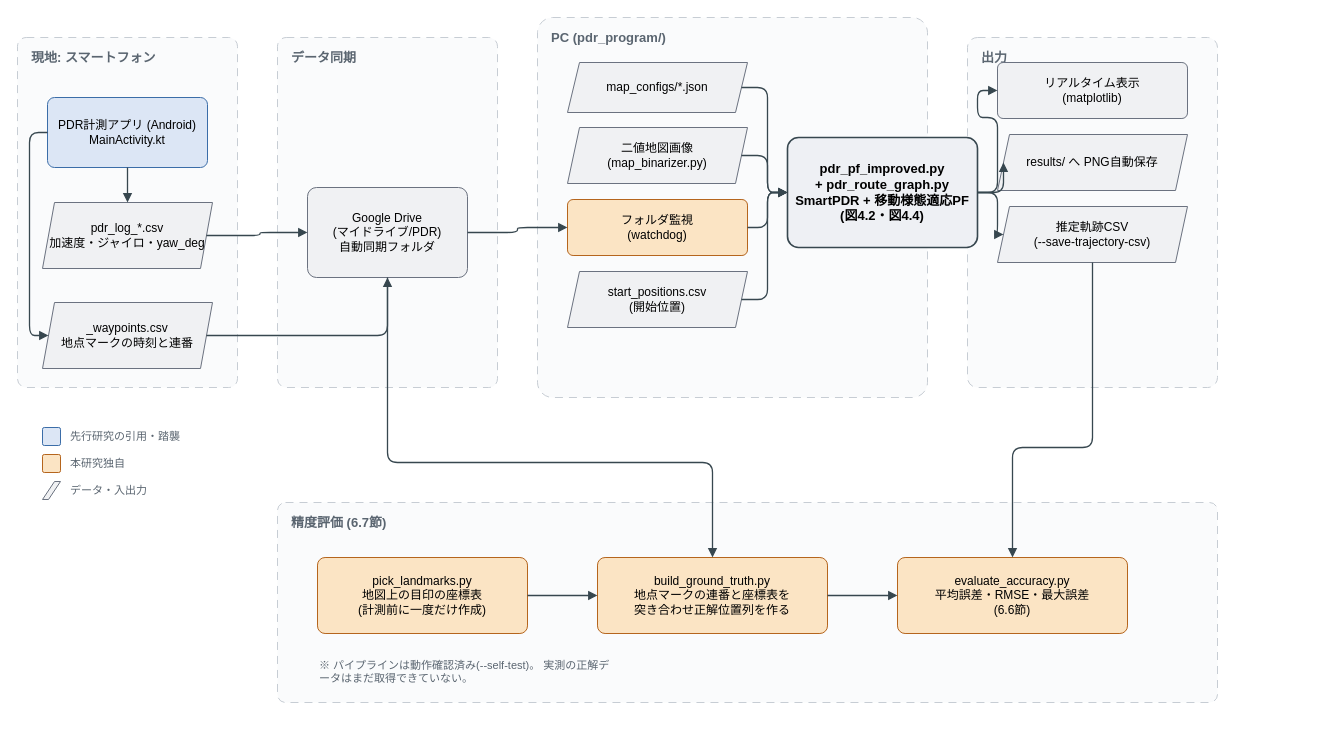
This is figures/pdr_system_diagram.drawio from i22satou/i22satou, a draw.io file, before an edit. Source tidied: cells renumbered, new cells numbered last; positions are measured from the earlier drawing's top-left corner, leaving out a move shared by most shapes. Both pictures are drawn from the tidied source at 100%, with x=0, y=0 at pixel (17, 17).
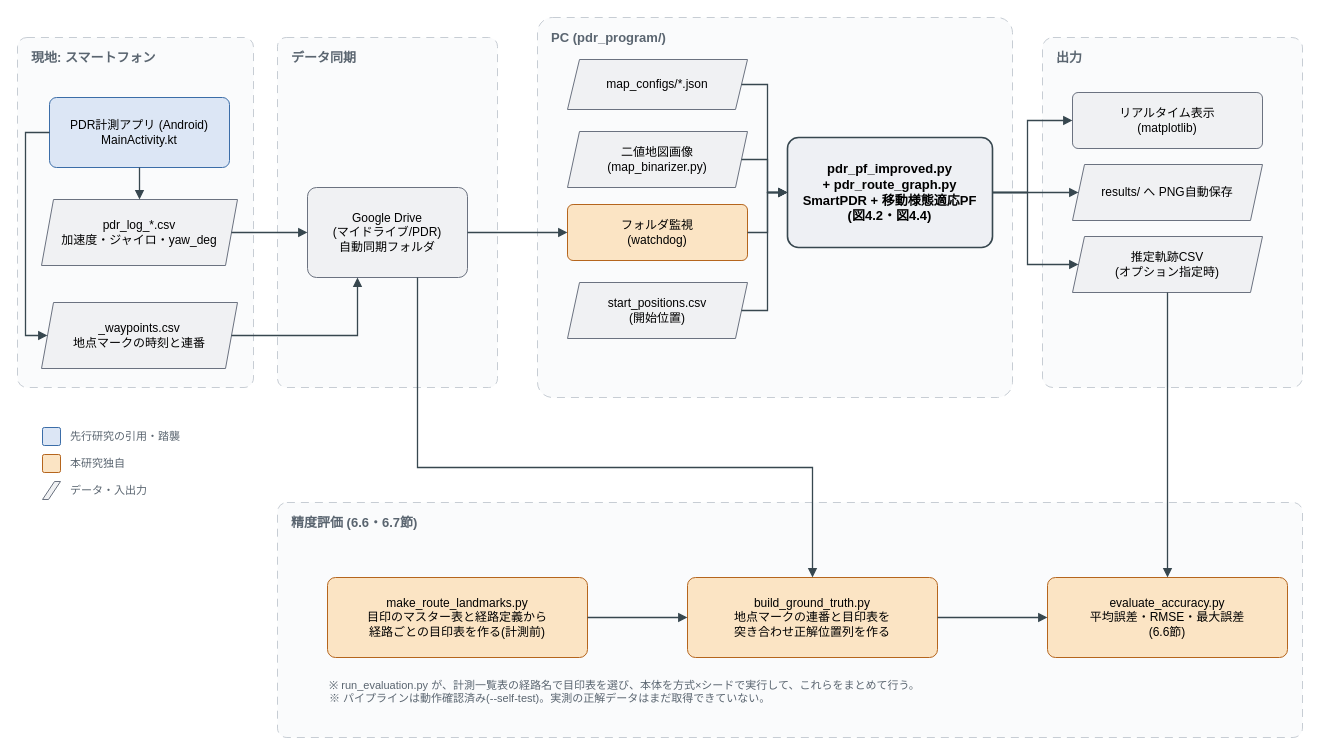
The same page after the edit.

The change refers to these unchanged cells:
```xml
<mxCell id="10" value="Google Drive&lt;br&gt;(マイドライブ/PDR)&lt;br&gt;自動同期フォルダ" style="rounded=1;whiteSpace=wrap;html=1;fillColor=#F0F1F3;strokeColor=#6B7280;fontSize=12;arcSize=10;" parent="1" vertex="1">
  <mxGeometry x="290" y="170" width="160" height="90" as="geometry" />
</mxCell>
```

What changed in the source:
```diff
@@
     <mxCell id="2" value="現地: スマートフォン" style="rounded=1;whiteSpace=wrap;html=1;fillColor=#FAFBFC;strokeColor=#C7CDD4;dashed=1;dashPattern=8 6;verticalAlign=top;align=left;spacingLeft=12;spacingTop=6;fontSize=13;fontColor=#5A6570;fontStyle=1;arcSize=4;" parent="1" vertex="1">
-      <mxGeometry y="20" width="220" height="350" as="geometry" />
+      <mxGeometry y="20" width="236" height="350" as="geometry" />
     </mxCell>
@@
     <mxCell id="4" value="PC (pdr_program/)" style="rounded=1;whiteSpace=wrap;html=1;fillColor=#FAFBFC;strokeColor=#C7CDD4;dashed=1;dashPattern=8 6;verticalAlign=top;align=left;spacingLeft=12;spacingTop=6;fontSize=13;fontColor=#5A6570;fontStyle=1;arcSize=4;" parent="1" vertex="1">
-      <mxGeometry x="520" width="390" height="380" as="geometry" />
+      <mxGeometry x="520" width="475" height="380" as="geometry" />
     </mxCell>
     <mxCell id="5" value="出力" style="rounded=1;whiteSpace=wrap;html=1;fillColor=#FAFBFC;strokeColor=#C7CDD4;dashed=1;dashPattern=8 6;verticalAlign=top;align=left;spacingLeft=12;spacingTop=6;fontSize=13;fontColor=#5A6570;fontStyle=1;arcSize=4;" parent="1" vertex="1">
-      <mxGeometry x="950" y="20" width="250" height="350" as="geometry" />
+      <mxGeometry x="1025" y="20" width="260" height="350" as="geometry" />
     </mxCell>
-    <mxCell id="6" value="精度評価 (6.7節)" style="rounded=1;whiteSpace=wrap;html=1;fillColor=#FAFBFC;strokeColor=#C7CDD4;dashed=1;dashPattern=8 6;verticalAlign=top;align=left;spacingLeft=12;spacingTop=6;fontSize=13;fontColor=#5A6570;fontStyle=1;arcSize=4;" parent="1" vertex="1">
-      <mxGeometry x="260" y="485" width="940" height="200" as="geometry" />
+    <mxCell id="6" value="精度評価 (6.6・6.7節)" style="rounded=1;whiteSpace=wrap;html=1;fillColor=#FAFBFC;strokeColor=#C7CDD4;dashed=1;dashPattern=8 6;verticalAlign=top;align=left;spacingLeft=12;spacingTop=6;fontSize=13;fontColor=#5A6570;fontStyle=1;arcSize=4;" parent="1" vertex="1">
+      <mxGeometry x="260" y="485" width="1025" height="235" as="geometry" />
     </mxCell>
     <mxCell id="7" value="PDR計測アプリ (Android)&lt;br&gt;MainActivity.kt" style="rounded=1;whiteSpace=wrap;html=1;fillColor=#DCE6F5;strokeColor=#3B6DA8;fontSize=12;arcSize=10;" parent="1" vertex="1">
-      <mxGeometry x="30" y="80" width="160" height="70" as="geometry" />
+      <mxGeometry x="32" y="80" width="180" height="70" as="geometry" />
     </mxCell>
     <mxCell id="8" value="pdr_log_*.csv&lt;br&gt;加速度・ジャイロ・yaw_deg" style="shape=parallelogram;whiteSpace=wrap;html=1;fillColor=#F0F1F3;strokeColor=#6B7280;fontSize=12;perimeter=parallelogramPerimeter;arcSize=12;size=12;fixedSize=1;" parent="1" vertex="1">
-      <mxGeometry x="25" y="185" width="170" height="66" as="geometry" />
+      <mxGeometry x="24" y="182" width="196" height="66" as="geometry" />
     </mxCell>
     <mxCell id="9" value="_waypoints.csv&lt;br&gt;地点マークの時刻と連番" style="shape=parallelogram;whiteSpace=wrap;html=1;fillColor=#F0F1F3;strokeColor=#6B7280;fontSize=12;perimeter=parallelogramPerimeter;arcSize=12;size=12;fixedSize=1;" parent="1" vertex="1">
-      <mxGeometry x="25" y="285" width="170" height="66" as="geometry" />
+      <mxGeometry x="24" y="285" width="196" height="66" as="geometry" />
     </mxCell>
@@
-    <mxCell id="11" style="edgeStyle=orthogonalEdgeStyle;rounded=1;html=1;endArrow=block;endFill=1;strokeColor=#37474F;strokeWidth=1.3;jettySize=auto;" parent="1" edge="1" source="7" target="8">
+    <mxCell id="11" style="edgeStyle=none;rounded=0;html=1;endArrow=block;endFill=1;strokeColor=#37474F;strokeWidth=1.3;exitX=0.5;exitY=1;exitDx=0;exitDy=0;entryX=0.5;entryY=0;entryDx=0;entryDy=0;" parent="1" edge="1" source="7" target="8">
       <mxGeometry relative="1" as="geometry" />
     </mxCell>
-    <mxCell id="12" style="edgeStyle=orthogonalEdgeStyle;rounded=1;html=1;endArrow=block;endFill=1;strokeColor=#37474F;strokeWidth=1.3;jettySize=auto;exitX=0;exitY=0.5;entryX=0;entryY=0.5;" parent="1" edge="1" source="7" target="9">
+    <mxCell id="12" style="edgeStyle=none;rounded=0;html=1;endArrow=block;endFill=1;strokeColor=#37474F;strokeWidth=1.3;exitX=0;exitY=0.5;exitDx=0;exitDy=0;entryX=0;entryY=0.5;entryDx=0;entryDy=0;" parent="1" edge="1" source="7" target="9">
       <mxGeometry relative="1" as="geometry">
         <Array as="points">
-          <mxPoint x="12" y="115" />
-          <mxPoint x="12" y="318" />
+          <mxPoint x="8" y="115" />
+          <mxPoint x="8" y="318" />
         </Array>
       </mxGeometry>
     </mxCell>
-    <mxCell id="13" style="edgeStyle=orthogonalEdgeStyle;rounded=1;html=1;endArrow=block;endFill=1;strokeColor=#37474F;strokeWidth=1.3;jettySize=auto;" parent="1" edge="1" source="8" target="10">
+    <mxCell id="13" style="edgeStyle=none;rounded=0;html=1;endArrow=block;endFill=1;strokeColor=#37474F;strokeWidth=1.3;exitX=1;exitY=0.5;exitDx=0;exitDy=0;entryX=0;entryY=0.5;entryDx=0;entryDy=0;" parent="1" edge="1" source="8" target="10">
       <mxGeometry relative="1" as="geometry" />
     </mxCell>
-    <mxCell id="14" style="edgeStyle=orthogonalEdgeStyle;rounded=1;html=1;endArrow=block;endFill=1;strokeColor=#37474F;strokeWidth=1.3;jettySize=auto;exitX=1;exitY=0.5;entryX=0.5;entryY=1;" parent="1" edge="1" source="9" target="10">
-      <mxGeometry relative="1" as="geometry" />
+    <mxCell id="14" style="edgeStyle=none;rounded=0;html=1;endArrow=block;endFill=1;strokeColor=#37474F;strokeWidth=1.3;exitX=1;exitY=0.5;exitDx=0;exitDy=0;entryX=0.3125;entryY=1;entryDx=0;entryDy=0;" parent="1" edge="1" source="9" target="10">
+      <mxGeometry relative="1" as="geometry">
+        <Array as="points">
+          <mxPoint x="340" y="318" />
+        </Array>
+      </mxGeometry>
     </mxCell>
     <mxCell id="15" value="map_configs/*.json" style="shape=parallelogram;whiteSpace=wrap;html=1;fillColor=#F0F1F3;strokeColor=#6B7280;fontSize=12;perimeter=parallelogramPerimeter;arcSize=12;size=12;fixedSize=1;" parent="1" vertex="1">
-      <mxGeometry x="550" y="45" width="180" height="50" as="geometry" />
+      <mxGeometry x="550" y="42" width="180" height="50" as="geometry" />
     </mxCell>
     <mxCell id="16" value="二値地図画像&lt;br&gt;(map_binarizer.py)" style="shape=parallelogram;whiteSpace=wrap;html=1;fillColor=#F0F1F3;strokeColor=#6B7280;fontSize=12;perimeter=parallelogramPerimeter;arcSize=12;size=12;fixedSize=1;" parent="1" vertex="1">
-      <mxGeometry x="550" y="110" width="180" height="56" as="geometry" />
+      <mxGeometry x="550" y="114" width="180" height="56" as="geometry" />
     </mxCell>
     <mxCell id="17" value="フォルダ監視&lt;br&gt;(watchdog)" style="rounded=1;whiteSpace=wrap;html=1;fillColor=#FBE4C4;strokeColor=#B5651D;fontSize=12;arcSize=10;" parent="1" vertex="1">
-      <mxGeometry x="550" y="182" width="180" height="56" as="geometry" />
+      <mxGeometry x="550" y="187" width="180" height="56" as="geometry" />
     </mxCell>
     <mxCell id="18" value="start_positions.csv&lt;br&gt;(開始位置)" style="shape=parallelogram;whiteSpace=wrap;html=1;fillColor=#F0F1F3;strokeColor=#6B7280;fontSize=12;perimeter=parallelogramPerimeter;arcSize=12;size=12;fixedSize=1;" parent="1" vertex="1">
-      <mxGeometry x="550" y="254" width="180" height="56" as="geometry" />
+      <mxGeometry x="550" y="265" width="180" height="56" as="geometry" />
     </mxCell>
     <mxCell id="19" value="pdr_pf_improved.py&lt;br&gt;+ pdr_route_graph.py&lt;br&gt;SmartPDR + 移動様態適応PF&lt;br&gt;(図4.2・図4.4)" style="rounded=1;whiteSpace=wrap;html=1;fillColor=#EEF0F4;strokeColor=#37474F;fontSize=13;fontStyle=1;arcSize=10;strokeWidth=1.6;" parent="1" vertex="1">
-      <mxGeometry x="770" y="120" width="190" height="110" as="geometry" />
+      <mxGeometry x="770" y="120" width="205" height="110" as="geometry" />
     </mxCell>
-    <mxCell id="20" style="edgeStyle=orthogonalEdgeStyle;rounded=1;html=1;endArrow=block;endFill=1;strokeColor=#37474F;strokeWidth=1.3;jettySize=auto;" parent="1" edge="1" source="10" target="17">
+    <mxCell id="20" style="edgeStyle=none;rounded=0;html=1;endArrow=block;endFill=1;strokeColor=#37474F;strokeWidth=1.3;exitX=1;exitY=0.5;exitDx=0;exitDy=0;entryX=0;entryY=0.5;entryDx=0;entryDy=0;" parent="1" edge="1" source="10" target="17">
       <mxGeometry relative="1" as="geometry" />
     </mxCell>
-    <mxCell id="21" style="edgeStyle=orthogonalEdgeStyle;rounded=1;html=1;endArrow=block;endFill=1;strokeColor=#37474F;strokeWidth=1.3;jettySize=auto;exitX=1;exitY=0.5;entryX=0;entryY=0.5;" parent="1" edge="1" source="15" target="19">
-      <mxGeometry relative="1" as="geometry" />
+    <mxCell id="21" style="edgeStyle=none;rounded=0;html=1;endArrow=block;endFill=1;strokeColor=#37474F;strokeWidth=1.3;exitX=1;exitY=0.5;exitDx=0;exitDy=0;entryX=0;entryY=0.5;entryDx=0;entryDy=0;" parent="1" edge="1" source="15" target="19">
+      <mxGeometry relative="1" as="geometry">
+        <Array as="points">
+          <mxPoint x="750" y="67" />
+          <mxPoint x="750" y="175" />
+        </Array>
+      </mxGeometry>
     </mxCell>
-    <mxCell id="22" style="edgeStyle=orthogonalEdgeStyle;rounded=1;html=1;endArrow=block;endFill=1;strokeColor=#37474F;strokeWidth=1.3;jettySize=auto;exitX=1;exitY=0.5;entryX=0;entryY=0.5;" parent="1" edge="1" source="16" target="19">
-      <mxGeometry relative="1" as="geometry" />
+    <mxCell id="22" style="edgeStyle=none;rounded=0;html=1;endArrow=block;endFill=1;strokeColor=#37474F;strokeWidth=1.3;exitX=1;exitY=0.5;exitDx=0;exitDy=0;entryX=0;entryY=0.5;entryDx=0;entryDy=0;" parent="1" edge="1" source="16" target="19">
+      <mxGeometry relative="1" as="geometry">
+        <Array as="points">
+          <mxPoint x="750" y="142" />
+          <mxPoint x="750" y="175" />
+        </Array>
+      </mxGeometry>
     </mxCell>
-    <mxCell id="23" style="edgeStyle=orthogonalEdgeStyle;rounded=1;html=1;endArrow=block;endFill=1;strokeColor=#37474F;strokeWidth=1.3;jettySize=auto;exitX=1;exitY=0.5;entryX=0;entryY=0.5;" parent="1" edge="1" source="17" target="19">
-      <mxGeometry relative="1" as="geometry" />
+    <mxCell id="23" style="edgeStyle=none;rounded=0;html=1;endArrow=block;endFill=1;strokeColor=#37474F;strokeWidth=1.3;exitX=1;exitY=0.5;exitDx=0;exitDy=0;entryX=0;entryY=0.5;entryDx=0;entryDy=0;" parent="1" edge="1" source="17" target="19">
+      <mxGeometry relative="1" as="geometry">
+        <Array as="points">
+          <mxPoint x="750" y="215" />
+          <mxPoint x="750" y="175" />
+        </Array>
+      </mxGeometry>
     </mxCell>
-    <mxCell id="24" style="edgeStyle=orthogonalEdgeStyle;rounded=1;html=1;endArrow=block;endFill=1;strokeColor=#37474F;strokeWidth=1.3;jettySize=auto;exitX=1;exitY=0.5;entryX=0;entryY=0.5;" parent="1" edge="1" source="18" target="19">
-      <mxGeometry relative="1" as="geometry" />
+    <mxCell id="24" style="edgeStyle=none;rounded=0;html=1;endArrow=block;endFill=1;strokeColor=#37474F;strokeWidth=1.3;exitX=1;exitY=0.5;exitDx=0;exitDy=0;entryX=0;entryY=0.5;entryDx=0;entryDy=0;" parent="1" edge="1" source="18" target="19">
+      <mxGeometry relative="1" as="geometry">
+        <Array as="points">
+          <mxPoint x="750" y="293" />
+          <mxPoint x="750" y="175" />
+        </Array>
+      </mxGeometry>
     </mxCell>
     <mxCell id="25" value="リアルタイム表示&lt;br&gt;(matplotlib)" style="rounded=1;whiteSpace=wrap;html=1;fillColor=#F0F1F3;strokeColor=#6B7280;fontSize=12;arcSize=10;" parent="1" vertex="1">
-      <mxGeometry x="980" y="45" width="190" height="56" as="geometry" />
+      <mxGeometry x="1055" y="75" width="190" height="56" as="geometry" />
     </mxCell>
     <mxCell id="26" value="results/ へ PNG自動保存" style="shape=parallelogram;whiteSpace=wrap;html=1;fillColor=#F0F1F3;strokeColor=#6B7280;fontSize=12;perimeter=parallelogramPerimeter;arcSize=12;size=12;fixedSize=1;" parent="1" vertex="1">
-      <mxGeometry x="980" y="117" width="190" height="56" as="geometry" />
+      <mxGeometry x="1055" y="147" width="190" height="56" as="geometry" />
     </mxCell>
-    <mxCell id="27" value="推定軌跡CSV&lt;br&gt;(--save-trajectory-csv)" style="shape=parallelogram;whiteSpace=wrap;html=1;fillColor=#F0F1F3;strokeColor=#6B7280;fontSize=12;perimeter=parallelogramPerimeter;arcSize=12;size=12;fixedSize=1;" parent="1" vertex="1">
-      <mxGeometry x="980" y="189" width="190" height="56" as="geometry" />
+    <mxCell id="27" value="推定軌跡CSV&lt;br&gt;(オプション指定時)" style="shape=parallelogram;whiteSpace=wrap;html=1;fillColor=#F0F1F3;strokeColor=#6B7280;fontSize=12;perimeter=parallelogramPerimeter;arcSize=12;size=12;fixedSize=1;" parent="1" vertex="1">
+      <mxGeometry x="1055" y="219" width="190" height="56" as="geometry" />
     </mxCell>
-    <mxCell id="28" style="edgeStyle=orthogonalEdgeStyle;rounded=1;html=1;endArrow=block;endFill=1;strokeColor=#37474F;strokeWidth=1.3;jettySize=auto;exitX=1;exitY=0.5;entryX=0;entryY=0.5;" parent="1" edge="1" source="19" target="25">
-      <mxGeometry relative="1" as="geometry" />
+    <mxCell id="28" style="edgeStyle=none;rounded=0;html=1;endArrow=block;endFill=1;strokeColor=#37474F;strokeWidth=1.3;exitX=1;exitY=0.5;exitDx=0;exitDy=0;entryX=0;entryY=0.5;entryDx=0;entryDy=0;" parent="1" edge="1" source="19" target="25">
+      <mxGeometry relative="1" as="geometry">
+        <Array as="points">
+          <mxPoint x="1010" y="175" />
+          <mxPoint x="1010" y="103" />
+        </Array>
+      </mxGeometry>
     </mxCell>
-    <mxCell id="29" style="edgeStyle=orthogonalEdgeStyle;rounded=1;html=1;endArrow=block;endFill=1;strokeColor=#37474F;strokeWidth=1.3;jettySize=auto;exitX=1;exitY=0.5;entryX=0;entryY=0.5;" parent="1" edge="1" source="19" target="26">
+    <mxCell id="29" style="edgeStyle=none;rounded=0;html=1;endArrow=block;endFill=1;strokeColor=#37474F;strokeWidth=1.3;exitX=1;exitY=0.5;exitDx=0;exitDy=0;entryX=0;entryY=0.5;entryDx=0;entryDy=0;" parent="1" edge="1" source="19" target="26">
       <mxGeometry relative="1" as="geometry" />
     </mxCell>
-    <mxCell id="30" style="edgeStyle=orthogonalEdgeStyle;rounded=1;html=1;endArrow=block;endFill=1;strokeColor=#37474F;strokeWidth=1.3;jettySize=auto;exitX=1;exitY=0.5;entryX=0;entryY=0.5;" parent="1" edge="1" source="19" target="27">
-      <mxGeometry relative="1" as="geometry" />
+    <mxCell id="30" style="edgeStyle=none;rounded=0;html=1;endArrow=block;endFill=1;strokeColor=#37474F;strokeWidth=1.3;exitX=1;exitY=0.5;exitDx=0;exitDy=0;entryX=0;entryY=0.5;entryDx=0;entryDy=0;" parent="1" edge="1" source="19" target="27">
+      <mxGeometry relative="1" as="geometry">
+        <Array as="points">
+          <mxPoint x="1010" y="175" />
+          <mxPoint x="1010" y="247" />
+        </Array>
+      </mxGeometry>
     </mxCell>
-    <mxCell id="31" value="pick_landmarks.py&lt;br&gt;地図上の目印の座標表&lt;br&gt;(計測前に一度だけ作成)" style="rounded=1;whiteSpace=wrap;html=1;fillColor=#FBE4C4;strokeColor=#B5651D;fontSize=12;arcSize=10;" parent="1" vertex="1">
-      <mxGeometry x="300" y="540" width="210" height="76" as="geometry" />
+    <mxCell id="31" value="make_route_landmarks.py&lt;br&gt;目印のマスター表と経路定義から&lt;br&gt;経路ごとの目印表を作る(計測前)" style="rounded=1;whiteSpace=wrap;html=1;fillColor=#FBE4C4;strokeColor=#B5651D;fontSize=12;arcSize=10;" parent="1" vertex="1">
+      <mxGeometry x="310" y="560" width="260" height="80" as="geometry" />
     </mxCell>
-    <mxCell id="32" value="build_ground_truth.py&lt;br&gt;地点マークの連番と座標表を&lt;br&gt;突き合わせ正解位置列を作る" style="rounded=1;whiteSpace=wrap;html=1;fillColor=#FBE4C4;strokeColor=#B5651D;fontSize=12;arcSize=10;" parent="1" vertex="1">
-      <mxGeometry x="580" y="540" width="230" height="76" as="geometry" />
+    <mxCell id="32" value="build_ground_truth.py&lt;br&gt;地点マークの連番と目印表を&lt;br&gt;突き合わせ正解位置列を作る" style="rounded=1;whiteSpace=wrap;html=1;fillColor=#FBE4C4;strokeColor=#B5651D;fontSize=12;arcSize=10;" parent="1" vertex="1">
+      <mxGeometry x="670" y="560" width="250" height="80" as="geometry" />
     </mxCell>
     <mxCell id="33" value="evaluate_accuracy.py&lt;br&gt;平均誤差・RMSE・最大誤差&lt;br&gt;(6.6節)" style="rounded=1;whiteSpace=wrap;html=1;fillColor=#FBE4C4;strokeColor=#B5651D;fontSize=12;arcSize=10;" parent="1" vertex="1">
-      <mxGeometry x="880" y="540" width="230" height="76" as="geometry" />
+      <mxGeometry x="1030" y="560" width="240" height="80" as="geometry" />
     </mxCell>
-    <mxCell id="34" style="edgeStyle=orthogonalEdgeStyle;rounded=1;html=1;endArrow=block;endFill=1;strokeColor=#37474F;strokeWidth=1.3;jettySize=auto;" parent="1" edge="1" source="31" target="32">
+    <mxCell id="34" style="edgeStyle=none;rounded=0;html=1;endArrow=block;endFill=1;strokeColor=#37474F;strokeWidth=1.3;exitX=1;exitY=0.5;exitDx=0;exitDy=0;entryX=0;entryY=0.5;entryDx=0;entryDy=0;" parent="1" edge="1" source="31" target="32">
       <mxGeometry relative="1" as="geometry" />
     </mxCell>
-    <mxCell id="35" style="edgeStyle=orthogonalEdgeStyle;rounded=1;html=1;endArrow=block;endFill=1;strokeColor=#37474F;strokeWidth=1.3;jettySize=auto;" parent="1" edge="1" source="32" target="33">
+    <mxCell id="35" style="edgeStyle=none;rounded=0;html=1;endArrow=block;endFill=1;strokeColor=#37474F;strokeWidth=1.3;exitX=1;exitY=0.5;exitDx=0;exitDy=0;entryX=0;entryY=0.5;entryDx=0;entryDy=0;" parent="1" edge="1" source="32" target="33">
       <mxGeometry relative="1" as="geometry" />
     </mxCell>
-    <mxCell id="36" style="edgeStyle=orthogonalEdgeStyle;rounded=1;html=1;endArrow=block;endFill=1;strokeColor=#37474F;strokeWidth=1.3;jettySize=auto;exitX=0.5;exitY=1;entryX=0.5;entryY=0;" parent="1" edge="1" source="10" target="32">
+    <mxCell id="36" style="edgeStyle=none;rounded=0;html=1;endArrow=block;endFill=1;strokeColor=#37474F;strokeWidth=1.3;exitX=0.6875;exitY=1;exitDx=0;exitDy=0;entryX=0.5;entryY=0;entryDx=0;entryDy=0;" parent="1" edge="1" source="10" target="32">
       <mxGeometry relative="1" as="geometry">
         <Array as="points">
-          <mxPoint x="370" y="445" />
-          <mxPoint x="695" y="445" />
+          <mxPoint x="400" y="450" />
+          <mxPoint x="795" y="450" />
         </Array>
       </mxGeometry>
     </mxCell>
-    <mxCell id="37" style="edgeStyle=orthogonalEdgeStyle;rounded=1;html=1;endArrow=block;endFill=1;strokeColor=#37474F;strokeWidth=1.3;jettySize=auto;exitX=0.5;exitY=1;entryX=0.5;entryY=0;" parent="1" edge="1" source="27" target="33">
-      <mxGeometry relative="1" as="geometry">
-        <Array as="points">
-          <mxPoint x="1075" y="430" />
-          <mxPoint x="995" y="430" />
-        </Array>
-      </mxGeometry>
+    <mxCell id="37" style="edgeStyle=none;rounded=0;html=1;endArrow=block;endFill=1;strokeColor=#37474F;strokeWidth=1.3;exitX=0.5;exitY=1;exitDx=0;exitDy=0;entryX=0.5;entryY=0;entryDx=0;entryDy=0;" parent="1" edge="1" source="27" target="33">
+      <mxGeometry relative="1" as="geometry" />
     </mxCell>
@@
-    <mxCell id="44" value="※ パイプラインは動作確認済み(--self-test)。 実測の正解データはまだ取得できていない。" style="text;html=1;whiteSpace=wrap;fontSize=11;fontColor=#5A6570;align=left;verticalAlign=top;" parent="1" vertex="1">
-      <mxGeometry x="300" y="635" width="300" height="40" as="geometry" />
+    <mxCell id="44" value="※ run_evaluation.py が、計測一覧表の経路名で目印表を選び、本体を方式×シードで実行して、これらをまとめて行う。&lt;br&gt;※ パイプラインは動作確認済み(--self-test)。実測の正解データはまだ取得できていない。" style="text;html=1;whiteSpace=wrap;fontSize=11;fontColor=#5A6570;align=left;verticalAlign=top;" parent="1" vertex="1">
+      <mxGeometry x="310" y="655" width="660" height="50" as="geometry" />
     </mxCell>
```
